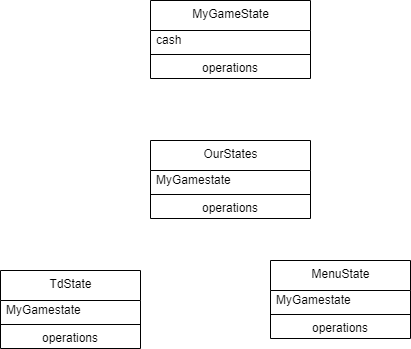
This is Documents/UML.drawio.png from KaiokenKiller/SPE_TD_Game, a draw.io export, as it was before one commit. Source tidied: cells renumbered, new cells last; positions are measured from the earlier drawing's top-left corner, leaving out a move shared by most shapes. The source it was exported from:
```xml
<mxGraphModel>
  <root>
    <mxCell id="0" />
    <mxCell id="1" parent="0" />
    <mxCell id="2" value="MyGameState" style="swimlane;fontStyle=0;align=center;verticalAlign=top;horizontal=1;startSize=30;html=1;" parent="1" vertex="1">
      <mxGeometry x="150" width="160" height="78" as="geometry" />
    </mxCell>
    <mxCell id="3" value="cash" style="text;html=1;strokeColor=none;fillColor=none;align=left;verticalAlign=middle;spacingLeft=4;spacingRight=4;overflow=hidden;" parent="2" vertex="1">
      <mxGeometry y="30" width="160" height="20" as="geometry" />
    </mxCell>
    <mxCell id="4" style="line;strokeWidth=1;fillColor=none;align=left;verticalAlign=middle;spacingTop=-1;spacingLeft=3;spacingRight=3;labelPosition=right;" parent="2" vertex="1">
      <mxGeometry y="50" width="160" height="8" as="geometry" />
    </mxCell>
    <mxCell id="5" value="operations" style="text;html=1;strokeColor=none;fillColor=none;align=center;verticalAlign=middle;spacingLeft=4;spacingRight=4;overflow=hidden;points=[[0,0.5],[1,0.5]];portConstraint=eastwest;" parent="2" vertex="1">
      <mxGeometry y="58" width="160" height="20" as="geometry" />
    </mxCell>
    <mxCell id="6" value="OurStates" style="swimlane;fontStyle=0;align=center;verticalAlign=top;horizontal=1;startSize=30;html=1;" parent="1" vertex="1">
      <mxGeometry x="150" y="140" width="160" height="78" as="geometry" />
    </mxCell>
    <mxCell id="7" value="MyGamestate" style="text;html=1;strokeColor=none;fillColor=none;align=left;verticalAlign=middle;spacingLeft=4;spacingRight=4;overflow=hidden;" parent="6" vertex="1">
      <mxGeometry y="30" width="160" height="20" as="geometry" />
    </mxCell>
    <mxCell id="8" style="line;strokeWidth=1;fillColor=none;align=left;verticalAlign=middle;spacingTop=-1;spacingLeft=3;spacingRight=3;labelPosition=right;" parent="6" vertex="1">
      <mxGeometry y="50" width="160" height="8" as="geometry" />
    </mxCell>
    <mxCell id="9" value="operations" style="text;html=1;strokeColor=none;fillColor=none;align=center;verticalAlign=middle;spacingLeft=4;spacingRight=4;overflow=hidden;points=[[0,0.5],[1,0.5]];portConstraint=eastwest;" parent="6" vertex="1">
      <mxGeometry y="58" width="160" height="20" as="geometry" />
    </mxCell>
    <mxCell id="10" value="TdState" style="swimlane;fontStyle=0;align=center;verticalAlign=top;horizontal=1;startSize=30;html=1;" parent="1" vertex="1">
      <mxGeometry y="270" width="140" height="78" as="geometry" />
    </mxCell>
    <mxCell id="11" value="MyGamestate" style="text;html=1;strokeColor=none;fillColor=none;align=left;verticalAlign=middle;spacingLeft=4;spacingRight=4;overflow=hidden;" parent="10" vertex="1">
      <mxGeometry y="30" width="140" height="20" as="geometry" />
    </mxCell>
    <mxCell id="12" style="line;strokeWidth=1;fillColor=none;align=left;verticalAlign=middle;spacingTop=-1;spacingLeft=3;spacingRight=3;labelPosition=right;" parent="10" vertex="1">
      <mxGeometry y="50" width="140" height="8" as="geometry" />
    </mxCell>
    <mxCell id="13" value="operations" style="text;html=1;strokeColor=none;fillColor=none;align=center;verticalAlign=middle;spacingLeft=4;spacingRight=4;overflow=hidden;" parent="10" vertex="1">
      <mxGeometry y="58" width="140" height="20" as="geometry" />
    </mxCell>
    <mxCell id="14" value="MenuState" style="swimlane;fontStyle=0;align=center;verticalAlign=top;horizontal=1;startSize=30;html=1;" parent="1" vertex="1">
      <mxGeometry x="270" y="260" width="140" height="78" as="geometry" />
    </mxCell>
    <mxCell id="15" value="MyGamestate" style="text;html=1;strokeColor=none;fillColor=none;align=left;verticalAlign=middle;spacingLeft=4;spacingRight=4;overflow=hidden;" parent="14" vertex="1">
      <mxGeometry y="30" width="140" height="20" as="geometry" />
    </mxCell>
    <mxCell id="16" style="line;strokeWidth=1;fillColor=none;align=left;verticalAlign=middle;spacingTop=-1;spacingLeft=3;spacingRight=3;labelPosition=right;" parent="14" vertex="1">
      <mxGeometry y="50" width="140" height="8" as="geometry" />
    </mxCell>
    <mxCell id="17" value="operations" style="text;html=1;strokeColor=none;fillColor=none;align=center;verticalAlign=middle;spacingLeft=4;spacingRight=4;overflow=hidden;" parent="14" vertex="1">
      <mxGeometry y="58" width="140" height="20" as="geometry" />
    </mxCell>
  </root>
</mxGraphModel>
```
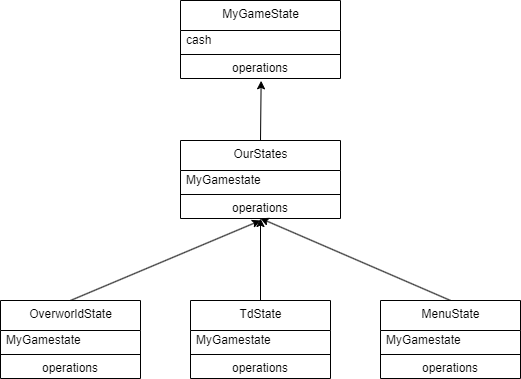
The same file after the commit.

The edit, as a diff of the source:
```diff
@@ -14,6 +14,9 @@
     <mxCell id="5" value="operations" style="text;html=1;strokeColor=none;fillColor=none;align=center;verticalAlign=middle;spacingLeft=4;spacingRight=4;overflow=hidden;points=[[0,0.5],[1,0.5]];portConstraint=eastwest;" parent="2" vertex="1">
       <mxGeometry y="58" width="160" height="20" as="geometry" />
     </mxCell>
+    <mxCell id="18" style="edgeStyle=none;html=1;exitX=0.5;exitY=0;exitDx=0;exitDy=0;entryX=0.504;entryY=1.115;entryDx=0;entryDy=0;entryPerimeter=0;" parent="1" edge="1" source="6" target="5">
+      <mxGeometry relative="1" as="geometry" />
+    </mxCell>
     <mxCell id="6" value="OurStates" style="swimlane;fontStyle=0;align=center;verticalAlign=top;horizontal=1;startSize=30;html=1;" parent="1" vertex="1">
       <mxGeometry x="150" y="140" width="160" height="78" as="geometry" />
     </mxCell>
@@ -26,8 +29,11 @@
     <mxCell id="9" value="operations" style="text;html=1;strokeColor=none;fillColor=none;align=center;verticalAlign=middle;spacingLeft=4;spacingRight=4;overflow=hidden;points=[[0,0.5],[1,0.5]];portConstraint=eastwest;" parent="6" vertex="1">
       <mxGeometry y="58" width="160" height="20" as="geometry" />
     </mxCell>
+    <mxCell id="19" style="edgeStyle=none;html=1;exitX=0.5;exitY=0;exitDx=0;exitDy=0;" parent="1" edge="1" source="10" target="9">
+      <mxGeometry relative="1" as="geometry" />
+    </mxCell>
     <mxCell id="10" value="TdState" style="swimlane;fontStyle=0;align=center;verticalAlign=top;horizontal=1;startSize=30;html=1;" parent="1" vertex="1">
-      <mxGeometry y="270" width="140" height="78" as="geometry" />
+      <mxGeometry x="160" y="300" width="140" height="78" as="geometry" />
     </mxCell>
     <mxCell id="11" value="MyGamestate" style="text;html=1;strokeColor=none;fillColor=none;align=left;verticalAlign=middle;spacingLeft=4;spacingRight=4;overflow=hidden;" parent="10" vertex="1">
       <mxGeometry y="30" width="140" height="20" as="geometry" />
@@ -38,8 +44,11 @@
     <mxCell id="13" value="operations" style="text;html=1;strokeColor=none;fillColor=none;align=center;verticalAlign=middle;spacingLeft=4;spacingRight=4;overflow=hidden;" parent="10" vertex="1">
       <mxGeometry y="58" width="140" height="20" as="geometry" />
     </mxCell>
+    <mxCell id="20" style="edgeStyle=none;html=1;exitX=0.5;exitY=0;exitDx=0;exitDy=0;entryX=0.499;entryY=0.99;entryDx=0;entryDy=0;entryPerimeter=0;" parent="1" edge="1" source="14" target="9">
+      <mxGeometry relative="1" as="geometry" />
+    </mxCell>
     <mxCell id="14" value="MenuState" style="swimlane;fontStyle=0;align=center;verticalAlign=top;horizontal=1;startSize=30;html=1;" parent="1" vertex="1">
-      <mxGeometry x="270" y="260" width="140" height="78" as="geometry" />
+      <mxGeometry x="350" y="300" width="140" height="78" as="geometry" />
     </mxCell>
     <mxCell id="15" value="MyGamestate" style="text;html=1;strokeColor=none;fillColor=none;align=left;verticalAlign=middle;spacingLeft=4;spacingRight=4;overflow=hidden;" parent="14" vertex="1">
       <mxGeometry y="30" width="140" height="20" as="geometry" />
@@ -50,5 +59,20 @@
     <mxCell id="17" value="operations" style="text;html=1;strokeColor=none;fillColor=none;align=center;verticalAlign=middle;spacingLeft=4;spacingRight=4;overflow=hidden;" parent="14" vertex="1">
       <mxGeometry y="58" width="140" height="20" as="geometry" />
     </mxCell>
+    <mxCell id="21" style="edgeStyle=none;html=1;exitX=0.5;exitY=0;exitDx=0;exitDy=0;entryX=0.5;entryY=1.1;entryDx=0;entryDy=0;entryPerimeter=0;" parent="1" edge="1" source="22" target="9">
+      <mxGeometry relative="1" as="geometry" />
+    </mxCell>
+    <mxCell id="22" value="OverworldState" style="swimlane;fontStyle=0;align=center;verticalAlign=top;horizontal=1;startSize=30;html=1;" parent="1" vertex="1">
+      <mxGeometry x="-30" y="300" width="140" height="78" as="geometry" />
+    </mxCell>
+    <mxCell id="23" value="MyGamestate" style="text;html=1;strokeColor=none;fillColor=none;align=left;verticalAlign=middle;spacingLeft=4;spacingRight=4;overflow=hidden;" parent="22" vertex="1">
+      <mxGeometry y="30" width="140" height="20" as="geometry" />
+    </mxCell>
+    <mxCell id="24" style="line;strokeWidth=1;fillColor=none;align=left;verticalAlign=middle;spacingTop=-1;spacingLeft=3;spacingRight=3;labelPosition=right;" parent="22" vertex="1">
+      <mxGeometry y="50" width="140" height="8" as="geometry" />
+    </mxCell>
+    <mxCell id="25" value="operations" style="text;html=1;strokeColor=none;fillColor=none;align=center;verticalAlign=middle;spacingLeft=4;spacingRight=4;overflow=hidden;" parent="22" vertex="1">
+      <mxGeometry y="58" width="140" height="20" as="geometry" />
+    </mxCell>
   </root>
 </mxGraphModel>
```
